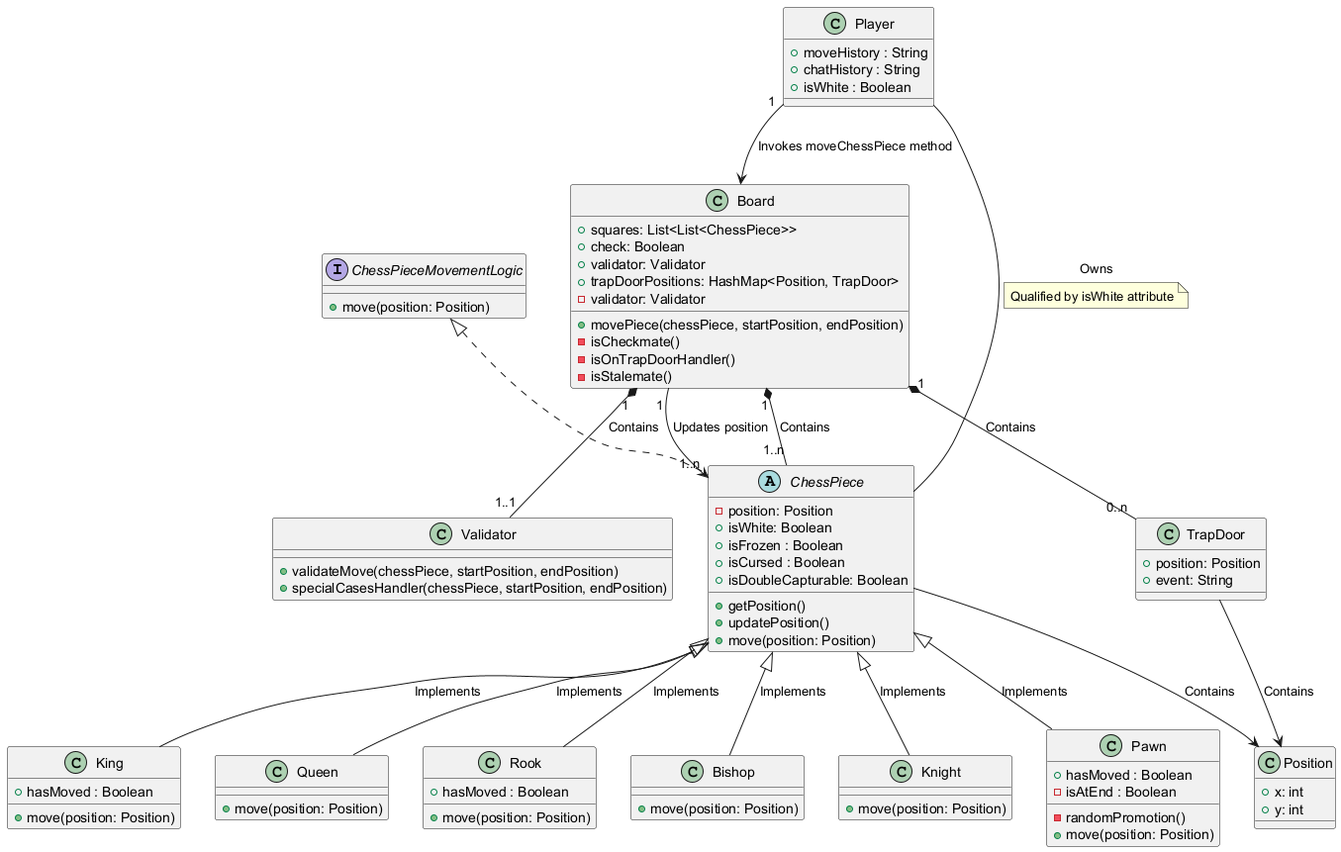
Earlier version of the PlantUML export umlClassBuilding/classDiagrams.png (ThisIs-RJP/CSC1046).
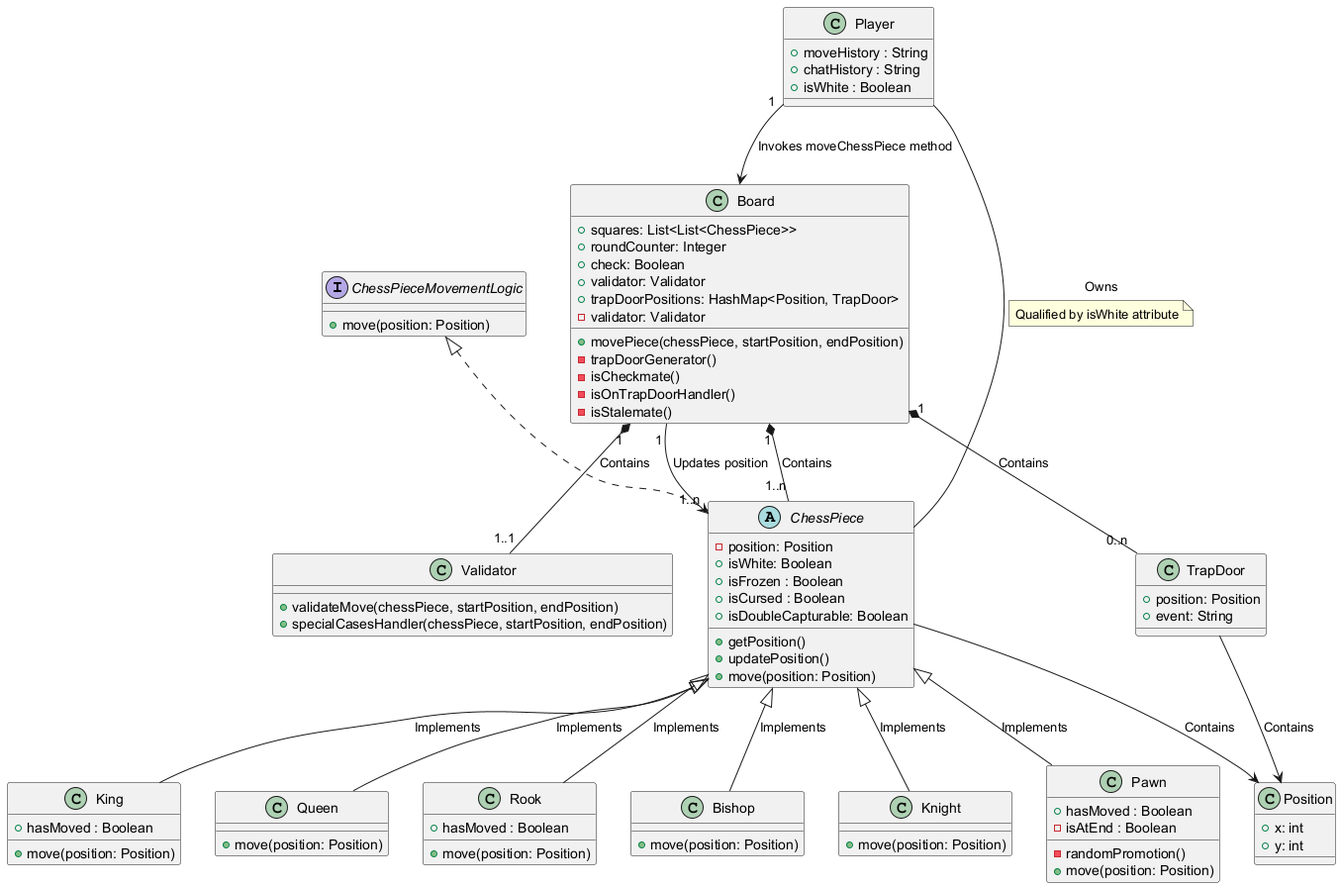
Above is the later version.

Commit message:
Updated class Diagrams with a Round counter and a TrapdoorGenerator method

Diff of the diagram source:
```diff
@@ -22,10 +22,12 @@
 
 class Board {
     + squares: List<List<ChessPiece>>
+    + roundCounter: Integer
     + check: Boolean
     + validator: Validator
     + trapDoorPositions: HashMap<Position, TrapDoor>
     + movePiece(chessPiece, startPosition, endPosition)
+    - trapDoorGenerator()
     - validator: Validator
     - isCheckmate()
     - isOnTrapDoorHandler()
```
